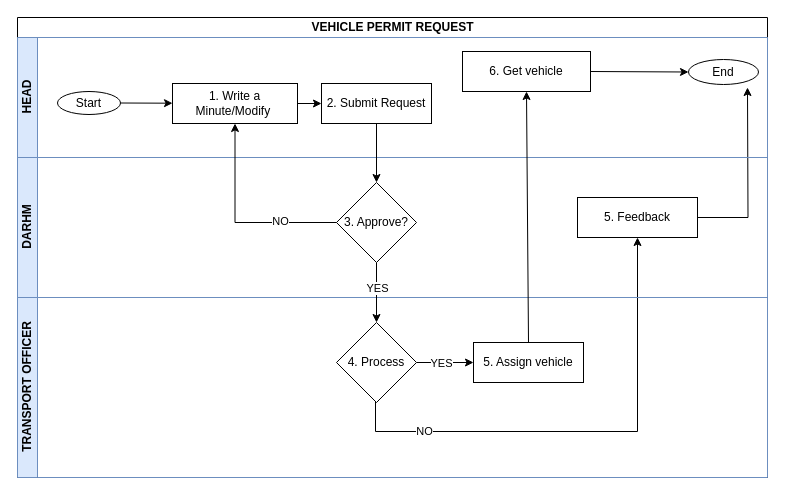
Before: page "Head Vehicle Permit Request" (13 of 13) of wajibika/wajibika-sketches.drawio in MbalamulaS/tech-diagrams, a draw.io diagram. Source tidied: cells renumbered, new cells numbered last; positions are measured from the earlier drawing's top-left corner, leaving out a move shared by most shapes. Both pictures are drawn from the tidied source at 100%, with x=0, y=0 at pixel (17, 17).
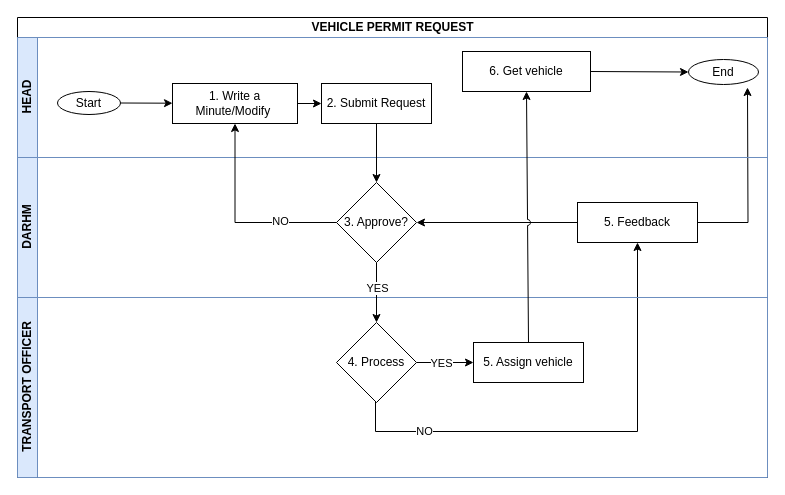
The same diagram, later.

The change refers to these unchanged cells:
```xml
<mxCell id="2" value="VEHICLE PERMIT REQUEST" style="swimlane;horizontal=1;startSize=20;html=1;swimlaneFillColor=#FFFFFF;" parent="1" vertex="1">
  <mxGeometry width="750" height="460" as="geometry" />
</mxCell>
<mxCell id="10" value="6. Get vehicle" style="whiteSpace=wrap;html=1;" parent="3" vertex="1">
  <mxGeometry x="445" y="14" width="128" height="40" as="geometry" />
</mxCell>
<mxCell id="13" value="DARHM" style="swimlane;startSize=20;horizontal=0;html=1;fillColor=#dae8fc;strokeColor=#6c8ebf;" parent="2" vertex="1">
  <mxGeometry y="140" width="750" height="140" as="geometry" />
</mxCell>
<mxCell id="14" value="&lt;div&gt;3. Approve?&lt;br&gt;&lt;/div&gt;" style="rhombus;whiteSpace=wrap;html=1;" parent="13" vertex="1">
  <mxGeometry x="319" y="25" width="80" height="80" as="geometry" />
</mxCell>
<mxCell id="22" value="5. Assign vehicle" style="whiteSpace=wrap;html=1;" parent="18" vertex="1">
  <mxGeometry x="456" y="45" width="110" height="40" as="geometry" />
</mxCell>
```

What changed in the source:
```diff
@@
+    <mxCell id="29" style="edgeStyle=orthogonalEdgeStyle;rounded=0;jettySize=auto;html=1;entryX=1;entryY=0.5;entryDx=0;entryDy=0;jumpStyle=none;" parent="13" edge="1" source="17" target="14">
+      <mxGeometry relative="1" as="geometry" />
+    </mxCell>
     <mxCell id="17" value="5. Feedback" style="whiteSpace=wrap;html=1;" parent="13" vertex="1">
-      <mxGeometry x="560" y="40" width="120" height="40" as="geometry" />
+      <mxGeometry x="560" y="45" width="120" height="40" as="geometry" />
     </mxCell>
@@
-    <mxCell id="25" style="endArrow=classic;html=1;rounded=0;exitX=0.5;exitY=0;exitDx=0;exitDy=0;entryX=0.5;entryY=1;entryDx=0;entryDy=0;" parent="2" edge="1" source="22" target="10">
+    <mxCell id="25" style="endArrow=classic;html=1;rounded=0;exitX=0.5;exitY=0;exitDx=0;exitDy=0;entryX=0.5;entryY=1;entryDx=0;entryDy=0;jumpStyle=arc;" parent="2" edge="1" source="22" target="10">
       <mxGeometry relative="1" as="geometry" />
     </mxCell>
```
